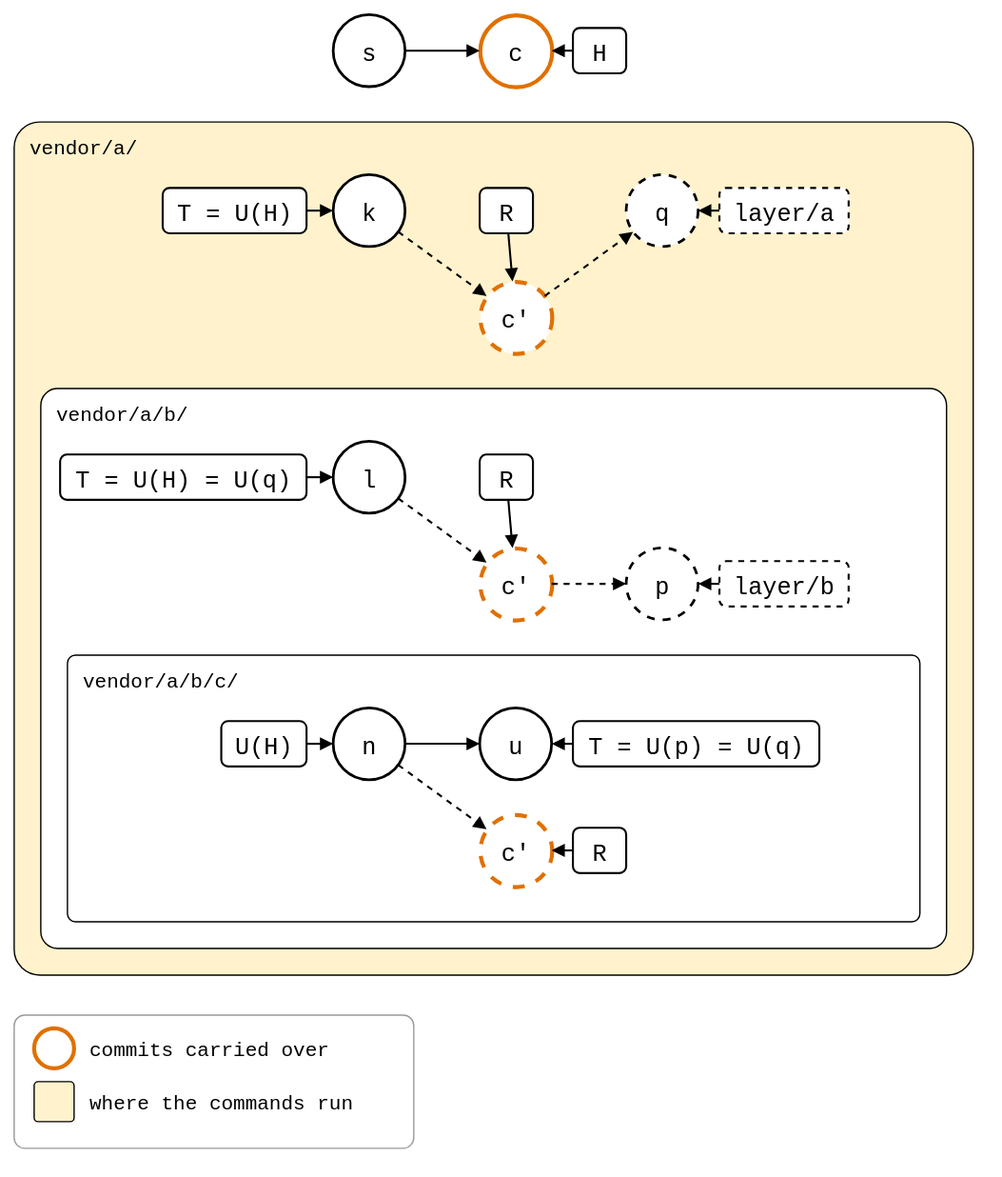
Earlier version of the draw.io export docs/09-scenarios/05-nested-splices/01-nested-splices/02-three-levels/levels-merged-into-a.drawio.svg (roschaefer/git-splice). Source tidied: cells renumbered, new cells last; positions are measured from the earlier drawing's top-left corner, leaving out a move shared by most shapes.
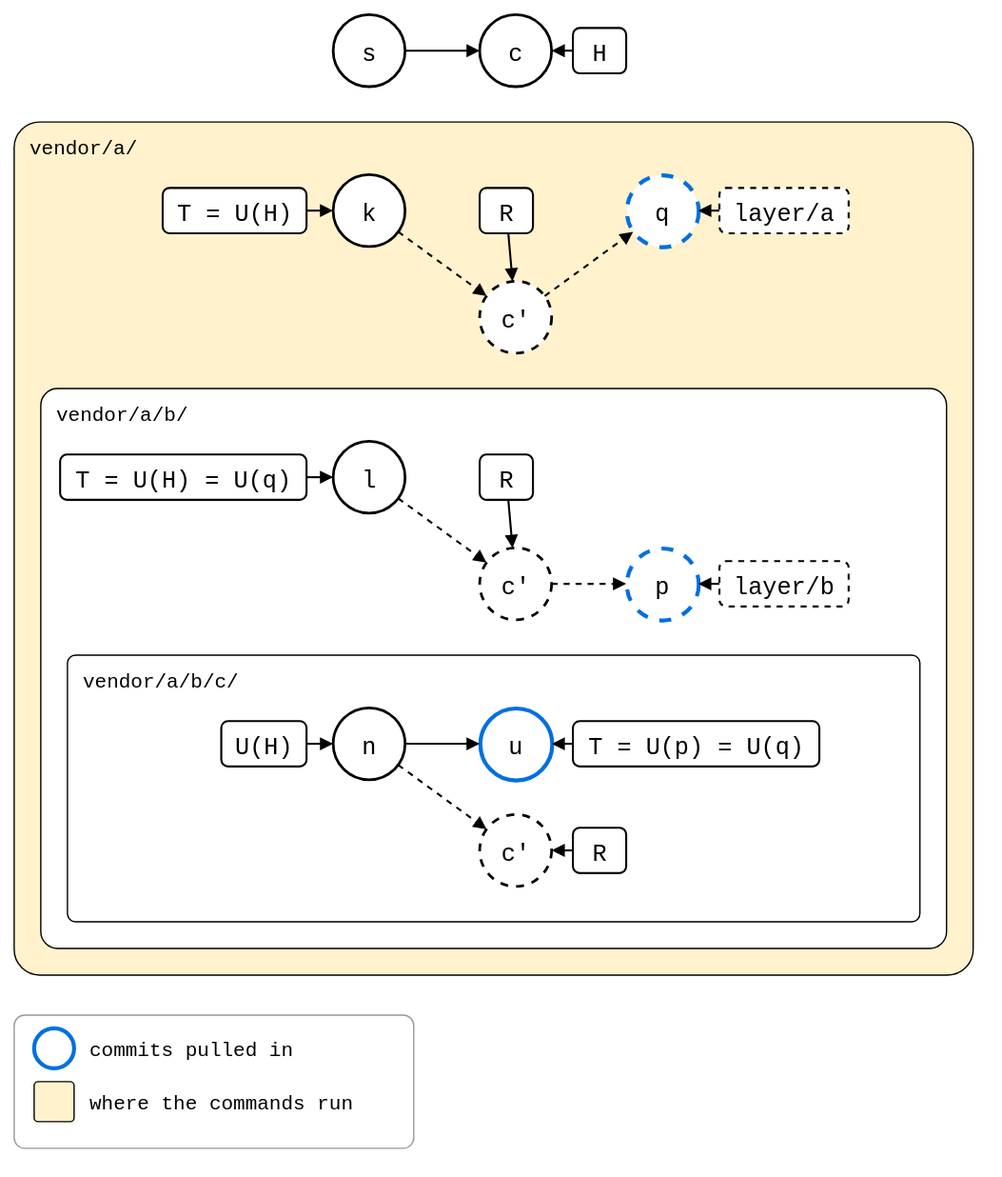
After the change.

Commit message:
docs(scenarios): follow the pulled commit out through the levels in blue

Diff of the diagram source:
```diff
@@ -14,7 +14,7 @@
     <mxCell id="5" value="s" style="ellipse;strokeWidth=2;fontSize=18;fontFamily=Roboto Mono,monospace;" parent="1" vertex="1">
       <mxGeometry x="240" width="54" height="54" as="geometry" />
     </mxCell>
-    <mxCell id="6" value="c" style="ellipse;strokeWidth=2;fontSize=18;fontFamily=Roboto Mono,monospace;strokeColor=#E07000;strokeWidth=3;" parent="1" vertex="1">
+    <mxCell id="6" value="c" style="ellipse;strokeWidth=2;fontSize=18;fontFamily=Roboto Mono,monospace;" parent="1" vertex="1">
       <mxGeometry x="350" width="54" height="54" as="geometry" />
     </mxCell>
     <mxCell id="7" style="endArrow=block;endFill=1;html=1;strokeWidth=1.5;rounded=0;" parent="1" edge="1" source="5" target="6">
@@ -29,7 +29,7 @@
     <mxCell id="10" value="k" style="ellipse;strokeWidth=2;fontSize=18;fontFamily=Roboto Mono,monospace;" parent="1" vertex="1">
       <mxGeometry x="240" y="120" width="54" height="54" as="geometry" />
     </mxCell>
-    <mxCell id="11" value="c'" style="ellipse;strokeWidth=2;fontSize=18;fontFamily=Roboto Mono,monospace;dashed=1;strokeColor=#E07000;strokeWidth=3;" parent="1" vertex="1">
+    <mxCell id="11" value="c'" style="ellipse;strokeWidth=2;fontSize=18;fontFamily=Roboto Mono,monospace;dashed=1;" parent="1" vertex="1">
       <mxGeometry x="350" y="200" width="54" height="54" as="geometry" />
     </mxCell>
     <mxCell id="12" style="endArrow=block;endFill=1;html=1;strokeWidth=1.5;rounded=0;dashed=1;" parent="1" edge="1" source="10" target="11">
@@ -38,7 +38,7 @@
     <mxCell id="13" value="l" style="ellipse;strokeWidth=2;fontSize=18;fontFamily=Roboto Mono,monospace;" parent="1" vertex="1">
       <mxGeometry x="240" y="320" width="54" height="54" as="geometry" />
     </mxCell>
-    <mxCell id="14" value="c'" style="ellipse;strokeWidth=2;fontSize=18;fontFamily=Roboto Mono,monospace;dashed=1;strokeColor=#E07000;strokeWidth=3;" parent="1" vertex="1">
+    <mxCell id="14" value="c'" style="ellipse;strokeWidth=2;fontSize=18;fontFamily=Roboto Mono,monospace;dashed=1;" parent="1" vertex="1">
       <mxGeometry x="350" y="400" width="54" height="54" as="geometry" />
     </mxCell>
     <mxCell id="15" style="endArrow=block;endFill=1;html=1;strokeWidth=1.5;rounded=0;dashed=1;" parent="1" edge="1" source="13" target="14">
@@ -47,13 +47,13 @@
     <mxCell id="16" value="n" style="ellipse;strokeWidth=2;fontSize=18;fontFamily=Roboto Mono,monospace;" parent="1" vertex="1">
       <mxGeometry x="240" y="520" width="54" height="54" as="geometry" />
     </mxCell>
-    <mxCell id="17" value="u" style="ellipse;strokeWidth=2;fontSize=18;fontFamily=Roboto Mono,monospace;" parent="1" vertex="1">
+    <mxCell id="17" value="u" style="ellipse;strokeWidth=2;fontSize=18;fontFamily=Roboto Mono,monospace;strokeColor=#0070E0;strokeWidth=3;" parent="1" vertex="1">
       <mxGeometry x="350" y="520" width="54" height="54" as="geometry" />
     </mxCell>
     <mxCell id="18" style="endArrow=block;endFill=1;html=1;strokeWidth=1.5;rounded=0;" parent="1" edge="1" source="16" target="17">
       <mxGeometry relative="1" as="geometry" />
     </mxCell>
-    <mxCell id="19" value="c'" style="ellipse;strokeWidth=2;fontSize=18;fontFamily=Roboto Mono,monospace;dashed=1;strokeColor=#E07000;strokeWidth=3;" parent="1" vertex="1">
+    <mxCell id="19" value="c'" style="ellipse;strokeWidth=2;fontSize=18;fontFamily=Roboto Mono,monospace;dashed=1;" parent="1" vertex="1">
       <mxGeometry x="350" y="600" width="54" height="54" as="geometry" />
     </mxCell>
     <mxCell id="20" style="endArrow=block;endFill=1;html=1;strokeWidth=1.5;rounded=0;dashed=1;" parent="1" edge="1" source="16" target="19">
@@ -77,13 +77,13 @@
     <mxCell id="26" style="endArrow=block;endFill=1;html=1;strokeWidth=1.5;rounded=0;" parent="1" edge="1" source="25" target="16">
       <mxGeometry relative="1" as="geometry" />
     </mxCell>
-    <mxCell id="27" value="p" style="ellipse;strokeWidth=2;fontSize=18;fontFamily=Roboto Mono,monospace;dashed=1;" parent="1" vertex="1">
+    <mxCell id="27" value="p" style="ellipse;strokeWidth=2;fontSize=18;fontFamily=Roboto Mono,monospace;dashed=1;strokeColor=#0070E0;strokeWidth=3;" parent="1" vertex="1">
       <mxGeometry x="460" y="400" width="54" height="54" as="geometry" />
     </mxCell>
     <mxCell id="28" style="endArrow=block;endFill=1;html=1;strokeWidth=1.5;rounded=0;dashed=1;" parent="1" edge="1" source="14" target="27">
       <mxGeometry relative="1" as="geometry" />
     </mxCell>
-    <mxCell id="29" value="q" style="ellipse;strokeWidth=2;fontSize=18;fontFamily=Roboto Mono,monospace;dashed=1;" parent="1" vertex="1">
+    <mxCell id="29" value="q" style="ellipse;strokeWidth=2;fontSize=18;fontFamily=Roboto Mono,monospace;dashed=1;strokeColor=#0070E0;strokeWidth=3;" parent="1" vertex="1">
       <mxGeometry x="460" y="120" width="54" height="54" as="geometry" />
     </mxCell>
     <mxCell id="30" style="endArrow=block;endFill=1;html=1;strokeWidth=1.5;rounded=0;dashed=1;" parent="1" edge="1" source="11" target="29">
@@ -128,12 +128,12 @@
     <mxCell id="43" style="rounded=1;arcSize=8;fillColor=none;strokeColor=#999999;strokeWidth=1;legend=1;" parent="1" vertex="1">
       <mxGeometry y="750" width="300" height="100" as="geometry" />
     </mxCell>
-    <mxCell id="44" style="ellipse;fontSize=13;fontFamily=Roboto Mono,monospace;strokeWidth=2;strokeColor=#E07000;strokeWidth=3;" parent="43" vertex="1">
-      <mxGeometry x="15" y="10" width="30" height="30" as="geometry" />
-    </mxCell>
-    <mxCell id="45" value="commits carried over" style="text;align=left;verticalAlign=middle;fontSize=15;fontFamily=Roboto Mono,monospace;" parent="43" vertex="1">
-      <mxGeometry x="55" y="10" width="240" height="30" as="geometry" />
-    </mxCell>
+    <mxCell id="48" style="ellipse;fontSize=13;fontFamily=Roboto Mono,monospace;strokeWidth=2;strokeColor=#0070E0;strokeWidth=3;" parent="43" vertex="1">
+      <mxGeometry x="15" y="10" width="30" height="30" as="geometry" />
+    </mxCell>
+    <mxCell id="49" value="commits pulled in" style="text;align=left;verticalAlign=middle;fontSize=15;fontFamily=Roboto Mono,monospace;" parent="43" vertex="1">
+      <mxGeometry x="55" y="10" width="240" height="30" as="geometry" />
+    </mxCell>
     <mxCell id="46" style="rounded=1;arcSize=10;strokeWidth=1;fillColor=#FFF2CC;" parent="43" vertex="1">
       <mxGeometry x="15" y="50" width="30" height="30" as="geometry" />
     </mxCell>
```
